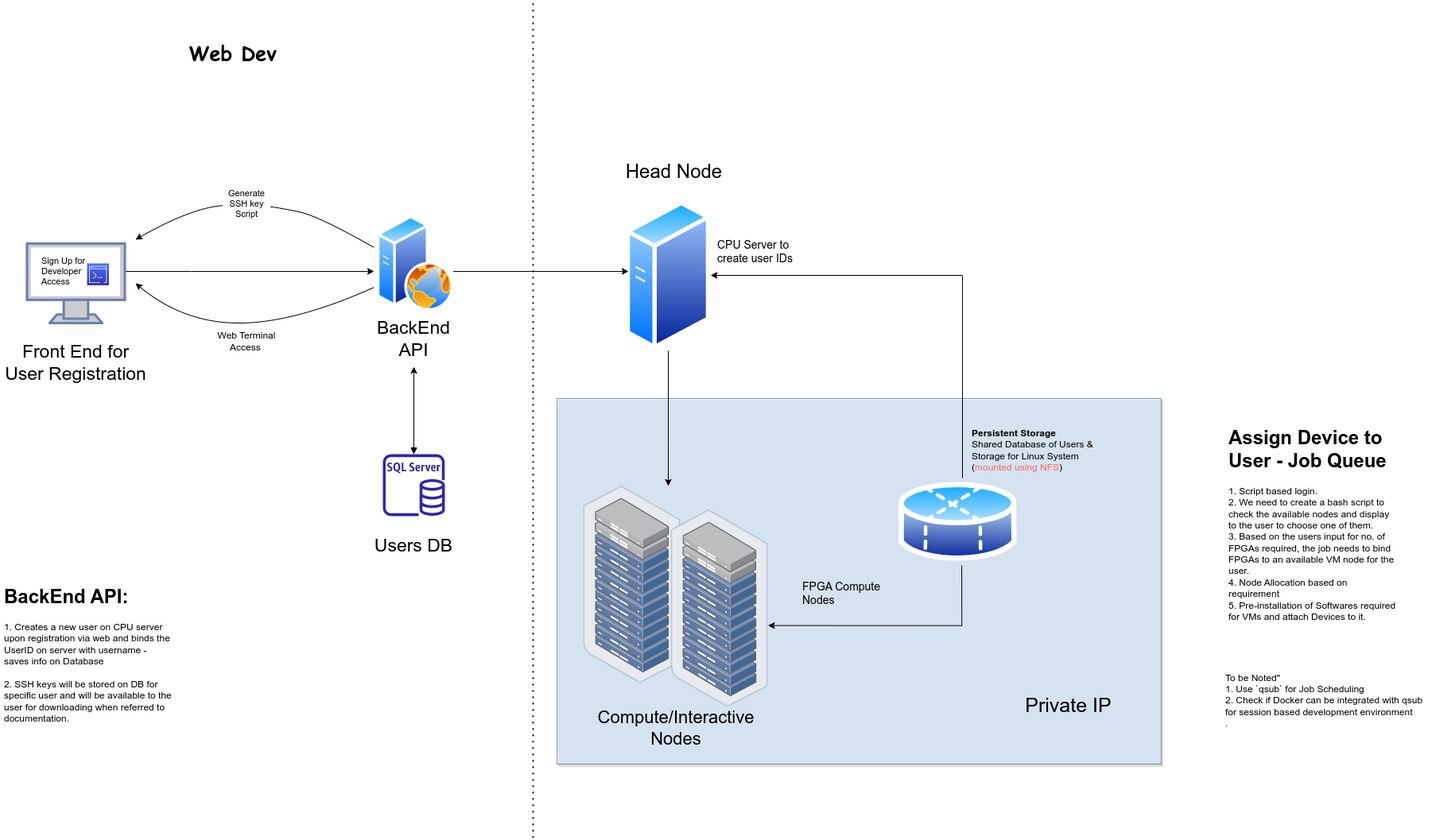
belanasaikiran/FlowCharts keeps this draw.io diagram as Intel DevCloud Flow.drawio.png. Above is the earlier version. Source tidied: cells renumbered, new cells last; positions are measured from the earlier drawing's top-left corner, leaving out a move shared by most shapes.
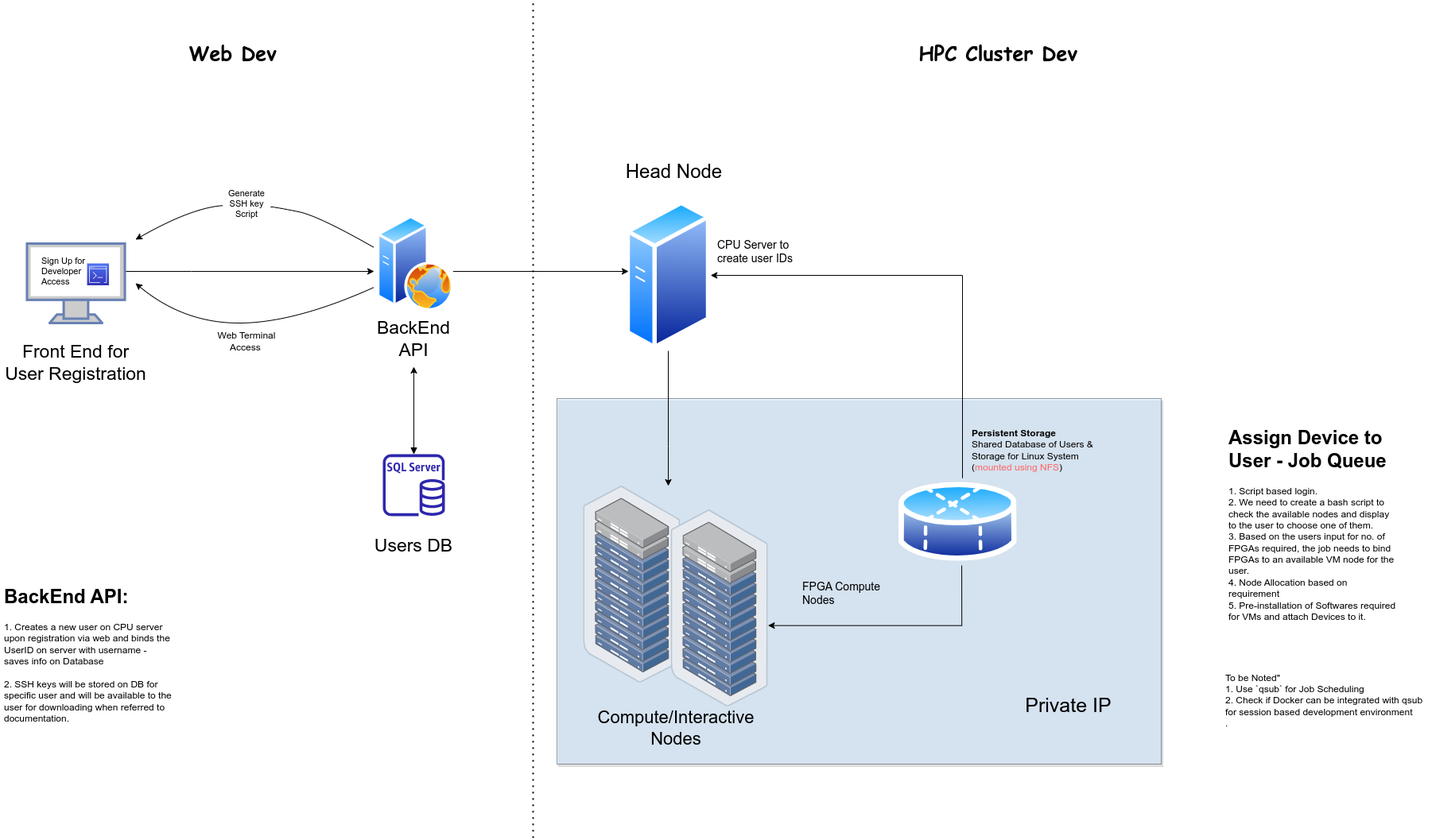
The same file after the commit.

Change to the diagram source:
```diff
@@ -169,5 +169,8 @@
     <mxCell id="41" value="&lt;b&gt;&lt;font face=&quot;Comic Sans MS&quot;&gt;Web Dev&lt;/font&gt;&lt;/b&gt;" style="text;html=1;strokeColor=none;fillColor=none;align=center;verticalAlign=middle;whiteSpace=wrap;rounded=0;fontSize=25;" parent="1" vertex="1">
       <mxGeometry x="205" y="50" width="175" height="30" as="geometry" />
     </mxCell>
+    <mxCell id="42" value="&lt;b&gt;&lt;font face=&quot;Comic Sans MS&quot;&gt;HPC Cluster Dev&lt;/font&gt;&lt;/b&gt;" style="text;html=1;strokeColor=none;fillColor=none;align=center;verticalAlign=middle;whiteSpace=wrap;rounded=0;fontSize=25;" parent="1" vertex="1">
+      <mxGeometry x="1060" y="50" width="390" height="30" as="geometry" />
+    </mxCell>
   </root>
 </mxGraphModel>
```
